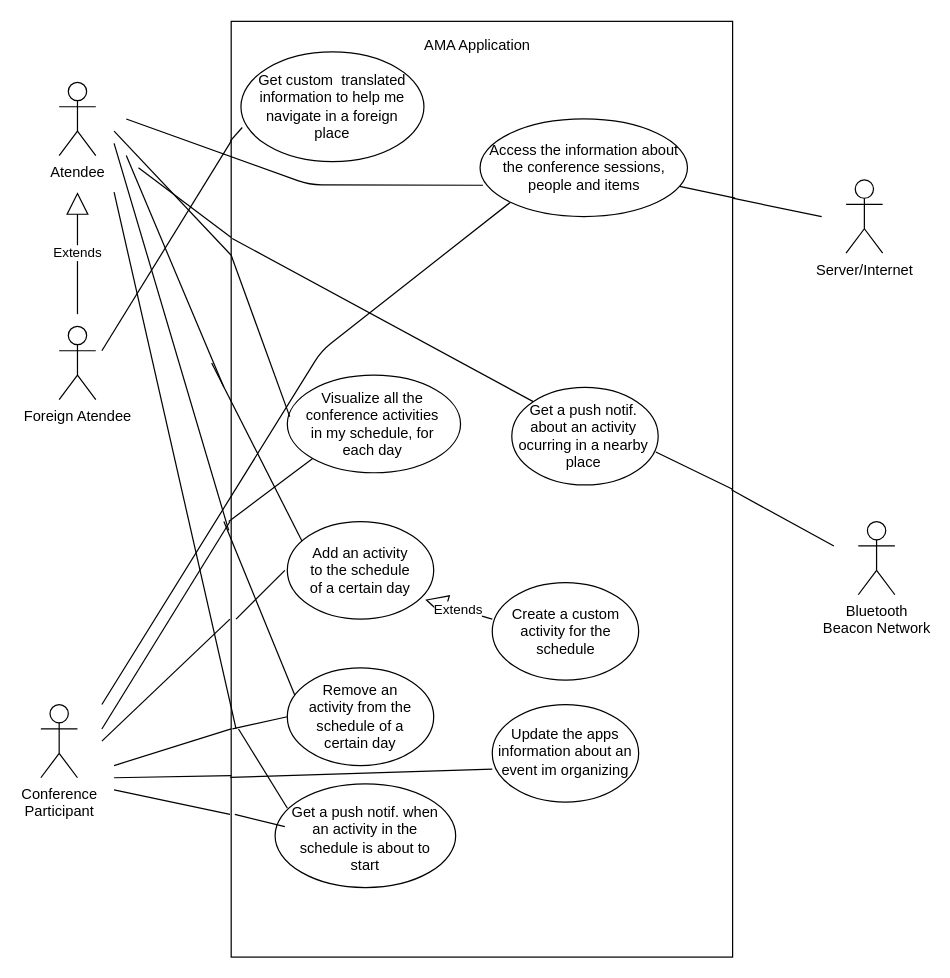
The draw.io diagram docs/UseCaseDiagram.drawio in softeng-feup/open-cx-mr-simba, before the edit. Source tidied: cells renumbered, new cells numbered last; positions are measured from the earlier drawing's top-left corner, leaving out a move shared by most shapes. Both pictures are drawn from the tidied source at 122%, with x=0, y=0 at pixel (13, 33).
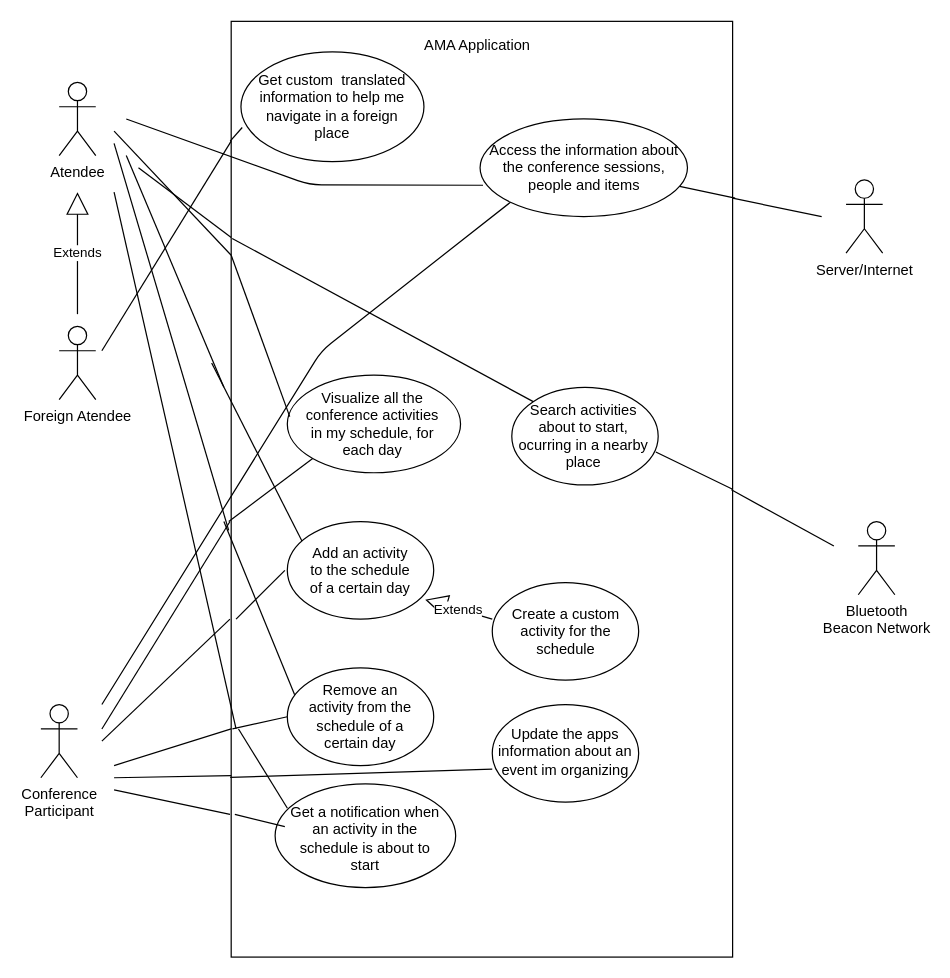
The same diagram, later.

What changed in the source:
```diff
@@
-    <mxCell id="18" value="Get a push notif. when an activity in the schedule is about to start" style="text;html=1;strokeColor=none;fillColor=none;align=center;verticalAlign=middle;whiteSpace=wrap;rounded=0;" parent="1" vertex="1">
+    <mxCell id="18" value="Get a notification when an activity in the schedule is about to start" style="text;html=1;strokeColor=none;fillColor=none;align=center;verticalAlign=middle;whiteSpace=wrap;rounded=0;" parent="1" vertex="1">
       <mxGeometry x="224" y="650" width="128" height="20" as="geometry" />
     </mxCell>
@@
-    <mxCell id="31" value="Get a push notif. about an activity ocurring in a nearby place" style="text;html=1;strokeColor=none;fillColor=none;align=center;verticalAlign=middle;whiteSpace=wrap;rounded=0;" parent="1" vertex="1">
+    <mxCell id="31" value="Search activities about to start, ocurring in a nearby place" style="text;html=1;strokeColor=none;fillColor=none;align=center;verticalAlign=middle;whiteSpace=wrap;rounded=0;" parent="1" vertex="1">
       <mxGeometry x="406" y="320" width="122" height="20" as="geometry" />
     </mxCell>
```
